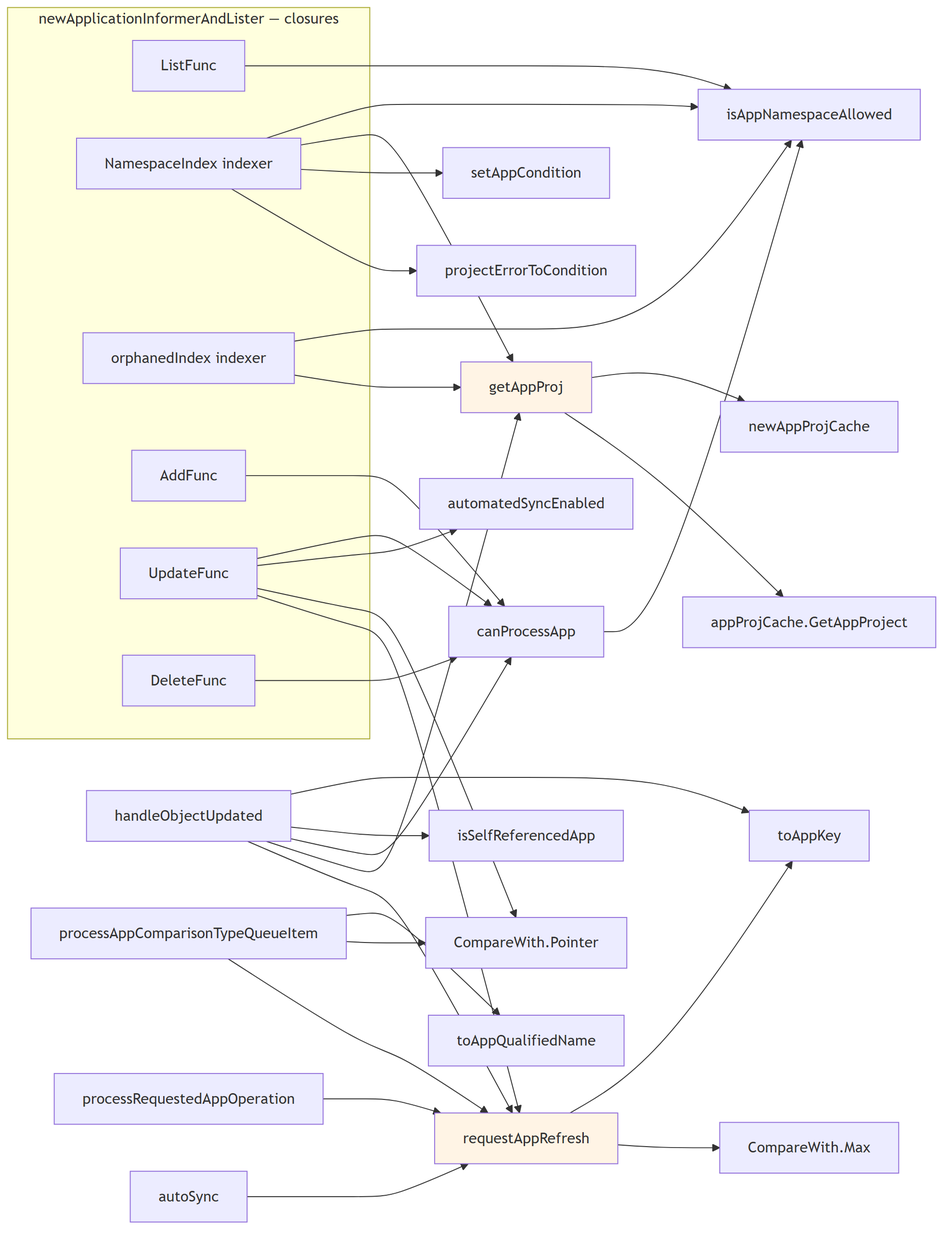
This is app_controller_uml/png/03-triggers-fanin.png from adityaraj178/argo-cd, a Mermaid export, as it was before one commit. Its source is kept beside it as app_controller_uml/mmd/03-triggers-fanin.mmd. The source it was exported from:
```mermaid
flowchart LR
    subgraph informer["newApplicationInformerAndLister — closures"]
        LF["ListFunc"]
        NI["NamespaceIndex indexer"]
        OI["orphanedIndex indexer"]
        AF["AddFunc"]
        UF["UpdateFunc"]
        DF["DeleteFunc"]
    end

    IANA["isAppNamespaceAllowed"]
    GAP["getAppProj"]
    SAC["setAppCondition"]
    PETC["projectErrorToCondition"]
    CPA["canProcessApp"]
    ASE["automatedSyncEnabled"]
    RAR["requestAppRefresh"]
    TAK["toAppKey"]
    MAX["CompareWith.Max"]
    PTR["CompareWith.Pointer"]
    ISRA["isSelfReferencedApp"]
    NAPC["newAppProjCache"]
    GAPRJ["appProjCache.GetAppProject"]

    LF --> IANA
    NI --> IANA
    NI --> GAP
    NI --> SAC
    NI --> PETC
    OI --> IANA
    OI --> GAP
    AF --> CPA
    UF --> CPA
    UF --> ASE
    UF --> PTR
    UF --> RAR
    DF --> CPA
    CPA --> IANA

    HOU["handleObjectUpdated"] --> TAK
    HOU --> ISRA
    HOU --> CPA
    HOU --> GAP
    HOU --> RAR

    PACT["processAppComparisonTypeQueueItem"] --> TAQN["toAppQualifiedName"]
    PACT --> PTR
    PACT --> RAR

    PRAO["processRequestedAppOperation"] --> RAR
    AS["autoSync"] --> RAR

    RAR --> TAK
    RAR --> MAX

    GAP --> NAPC
    GAP --> GAPRJ

    style RAR fill:#fff4e5
    style GAP fill:#fff4e5
```
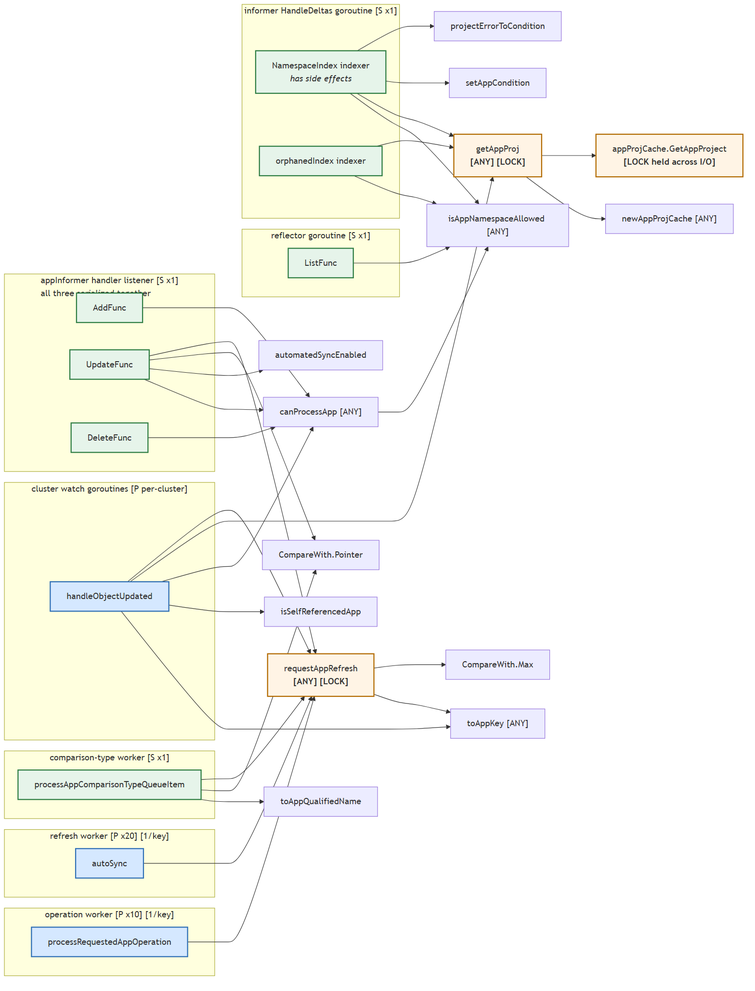
The same file after the commit.

Change to the diagram source:
```diff
@@ -1,26 +1,50 @@
 flowchart LR
-    subgraph informer["newApplicationInformerAndLister — closures"]
+    subgraph refl["reflector goroutine [S x1]"]
         LF["ListFunc"]
-        NI["NamespaceIndex indexer"]
+    end
+
+    subgraph deltas["informer HandleDeltas goroutine [S x1]"]
+        NI["NamespaceIndex indexer<br/><i>has side effects</i>"]
         OI["orphanedIndex indexer"]
+    end
+
+    subgraph handler["appInformer handler listener [S x1]<br/>all three serialized together"]
         AF["AddFunc"]
         UF["UpdateFunc"]
         DF["DeleteFunc"]
     end
 
-    IANA["isAppNamespaceAllowed"]
-    GAP["getAppProj"]
+    subgraph clusterwatch["cluster watch goroutines [P per-cluster]"]
+        HOU["handleObjectUpdated"]
+    end
+
+    subgraph refreshw["refresh worker [P x20] [1/key]"]
+        AS["autoSync"]
+    end
+
+    subgraph opw["operation worker [P x10] [1/key]"]
+        PRAO["processRequestedAppOperation"]
+    end
+
+    subgraph cmpw["comparison-type worker [S x1]"]
+        PACT["processAppComparisonTypeQueueItem"]
+    end
+
+    RAR["requestAppRefresh<br/><b>[ANY] [LOCK]</b>"]
+    GAP["getAppProj<br/><b>[ANY] [LOCK]</b>"]
+
+    IANA["isAppNamespaceAllowed [ANY]"]
     SAC["setAppCondition"]
     PETC["projectErrorToCondition"]
-    CPA["canProcessApp"]
+    CPA["canProcessApp [ANY]"]
     ASE["automatedSyncEnabled"]
-    RAR["requestAppRefresh"]
-    TAK["toAppKey"]
+    TAK["toAppKey [ANY]"]
+    TAQN["toAppQualifiedName"]
     MAX["CompareWith.Max"]
     PTR["CompareWith.Pointer"]
     ISRA["isSelfReferencedApp"]
-    NAPC["newAppProjCache"]
-    GAPRJ["appProjCache.GetAppProject"]
+    NAPC["newAppProjCache [ANY]"]
+    GAPRJ["appProjCache.GetAppProject<br/><b>[LOCK held across I/O]</b>"]
 
     LF --> IANA
     NI --> IANA
@@ -37,18 +61,18 @@
     DF --> CPA
     CPA --> IANA
 
-    HOU["handleObjectUpdated"] --> TAK
+    HOU --> TAK
     HOU --> ISRA
     HOU --> CPA
     HOU --> GAP
     HOU --> RAR
 
-    PACT["processAppComparisonTypeQueueItem"] --> TAQN["toAppQualifiedName"]
+    PACT --> TAQN
     PACT --> PTR
     PACT --> RAR
 
-    PRAO["processRequestedAppOperation"] --> RAR
-    AS["autoSync"] --> RAR
+    PRAO --> RAR
+    AS --> RAR
 
     RAR --> TAK
     RAR --> MAX
@@ -56,5 +80,20 @@
     GAP --> NAPC
     GAP --> GAPRJ
 
-    style RAR fill:#fff4e5
-    style GAP fill:#fff4e5
+    classDef par fill:#d5e8ff,stroke:#2f6fb5,stroke-width:2px
+    classDef ser fill:#e6f4ea,stroke:#2e7d43,stroke-width:2px
+    classDef lock fill:#fff4e5,stroke:#b26a00,stroke-width:2px
+
+    class RAR lock
+    class GAP lock
+    class GAPRJ lock
+    class HOU par
+    class AS par
+    class PRAO par
+    class PACT ser
+    class NI ser
+    class OI ser
+    class LF ser
+    class AF ser
+    class UF ser
+    class DF ser
```
